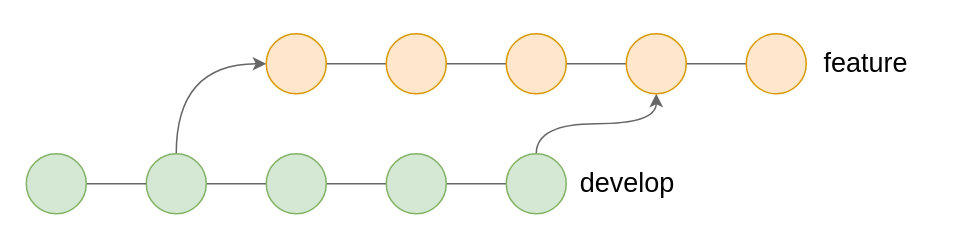
ChoDragon9/chodragon9.github.io keeps this draw.io diagram as page "9" (9 of 15) of assets/img/git-scm-experience/Untitled Diagram.drawio. Above is the earlier version. Source tidied: cells renumbered, new cells numbered last; positions are measured from the earlier drawing's top-left corner, leaving out a move shared by most shapes. Both pictures are drawn from the tidied source at 150%, with x=0, y=0 at pixel (26, 33).
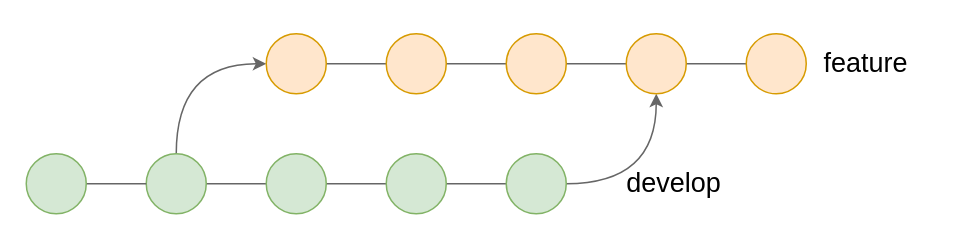
After the change.

The change refers to these unchanged cells:
```xml
<mxCell id="20" style="ellipse;whiteSpace=wrap;html=1;fillColor=#d5e8d4;strokeColor=#82b366;" parent="1" vertex="1">
  <mxGeometry x="320" y="80" width="40" height="40" as="geometry" />
</mxCell>
<mxCell id="22" style="ellipse;whiteSpace=wrap;html=1;fillColor=#ffe6cc;strokeColor=#d79b00;" parent="1" vertex="1">
  <mxGeometry x="400" width="40" height="40" as="geometry" />
</mxCell>
```

Diff of the diagram source:
```diff
@@
     <mxCell id="13" value="&lt;h2&gt;&lt;font style=&quot;font-weight: normal&quot;&gt;develop&lt;/font&gt;&lt;/h2&gt;" style="text;html=1;strokeColor=none;fillColor=none;align=center;verticalAlign=middle;whiteSpace=wrap;rounded=0;fontFamily=Helvetica;" parent="1" vertex="1">
-      <mxGeometry x="380.5" y="90" width="40" height="20" as="geometry" />
+      <mxGeometry x="412" y="90" width="40" height="20" as="geometry" />
     </mxCell>
@@
-    <mxCell id="19" style="edgeStyle=orthogonalEdgeStyle;curved=1;rounded=0;jettySize=auto;html=1;exitX=0.5;exitY=0;exitDx=0;exitDy=0;entryX=0.5;entryY=1;entryDx=0;entryDy=0;endArrow=classic;endFill=1;strokeColor=#666666;fontFamily=Helvetica;" parent="1" edge="1" source="20" target="22">
+    <mxCell id="19" style="edgeStyle=orthogonalEdgeStyle;curved=1;rounded=0;jettySize=auto;html=1;exitX=1;exitY=0.5;exitDx=0;exitDy=0;entryX=0.5;entryY=1;entryDx=0;entryDy=0;endArrow=classic;endFill=1;strokeColor=#666666;fontFamily=Helvetica;" parent="1" edge="1" source="20" target="22">
       <mxGeometry relative="1" as="geometry" />
     </mxCell>
```
